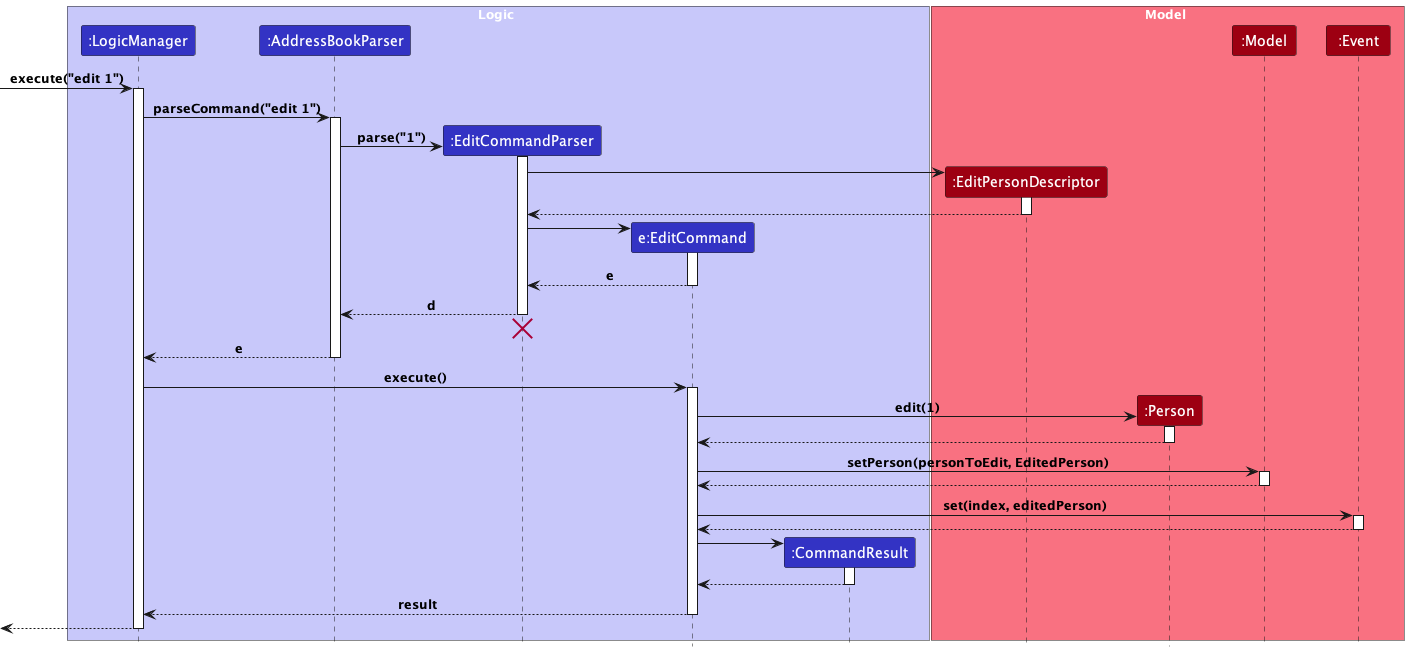
This is docs/images/EditPersonSequenceDiagram.png from vivienherq/cs2103-tp-eventwise, a PlantUML export, as it was before one commit.
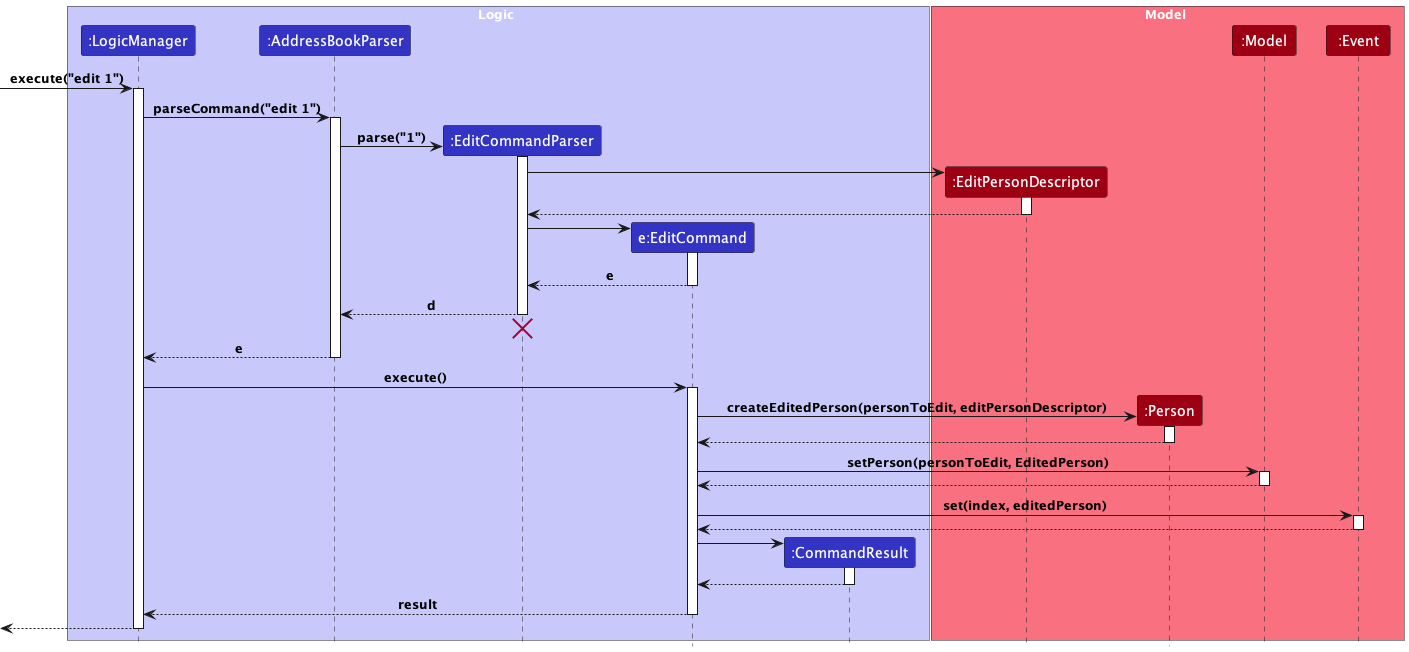
After the commit.

Diff of the diagram source:
```diff
@@ -49,7 +49,7 @@
 activate EditCommand
 
 create Person
-EditCommand -> Person : edit(1)
+EditCommand -> Person : createEditedPerson(personToEdit, editPersonDescriptor)
 activate Person
 return
 
```
